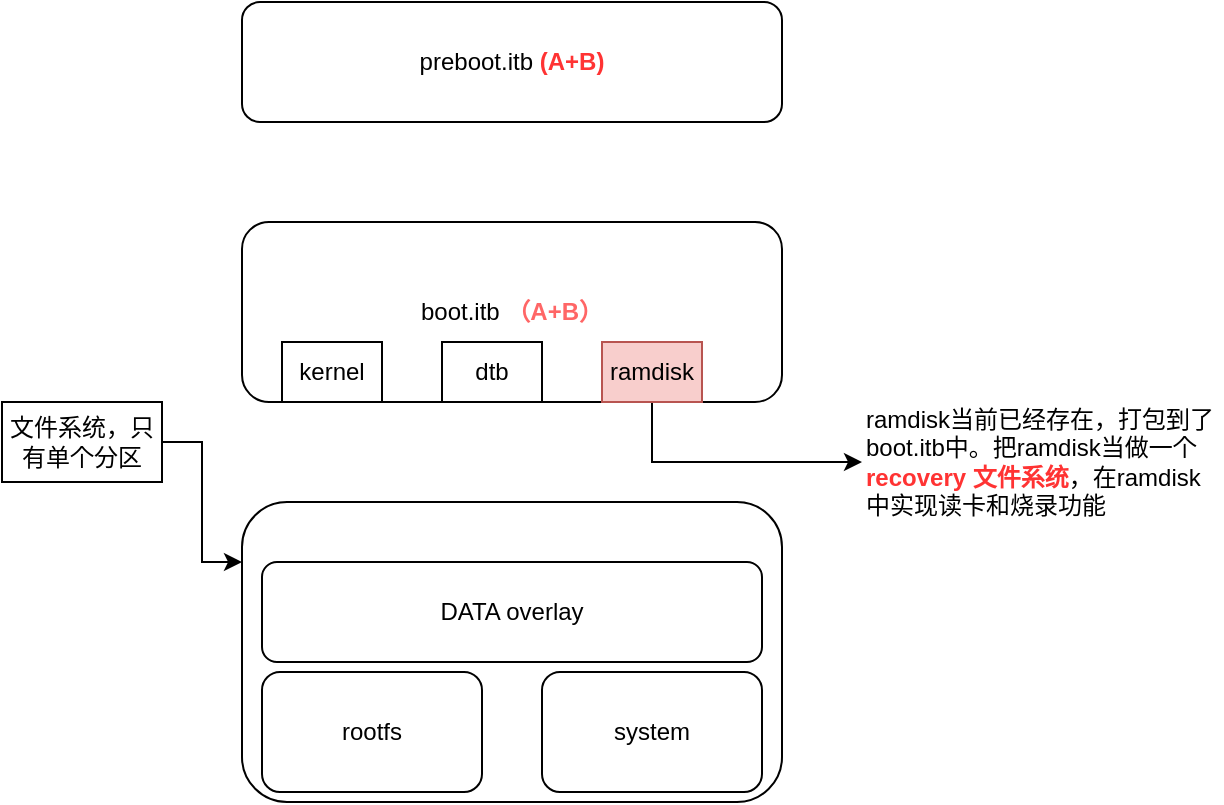
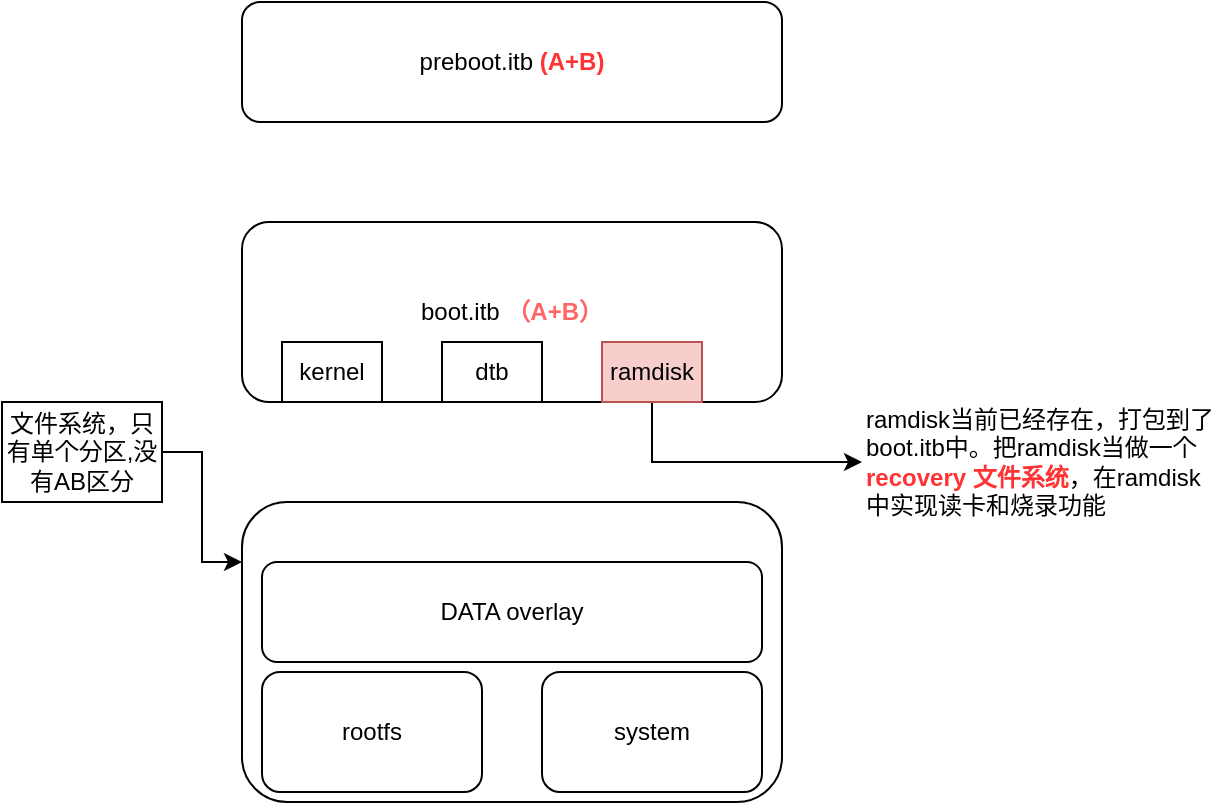
<mxfile host="app.diagrams.net">
  <diagram name="第 1 页" id="C846Kk9cPOJDyKqLHOR_">
    <mxGraphModel dx="1082" dy="561" grid="1" gridSize="10" guides="1" tooltips="1" connect="1" arrows="1" fold="1" page="1" pageScale="1" pageWidth="827" pageHeight="1169" math="0" shadow="0">
      <root>
        <mxCell id="0" />
        <mxCell id="1" parent="0" />
        <mxCell id="-nVsYNixdG5_AAYtpqJo-8" parent="1" style="rounded=1;whiteSpace=wrap;html=1;fillColor=none;" value="" vertex="1">
          <mxGeometry height="150" width="270" x="300" y="470" as="geometry" />
        </mxCell>
        <mxCell id="-nVsYNixdG5_AAYtpqJo-1" parent="1" style="rounded=1;whiteSpace=wrap;html=1;" value="preboot.itb&lt;b&gt; &lt;font style=&quot;color: rgb(255, 51, 51);&quot;&gt;(A+B)&lt;/font&gt;&lt;/b&gt;" vertex="1">
          <mxGeometry height="60" width="270" x="300" y="220" as="geometry" />
        </mxCell>
        <mxCell id="-nVsYNixdG5_AAYtpqJo-2" parent="1" style="rounded=1;whiteSpace=wrap;html=1;" value="boot.itb &lt;font style=&quot;color: rgb(255, 102, 102);&quot;&gt;&lt;b&gt;（A+B）&lt;/b&gt;&lt;/font&gt;" vertex="1">
          <mxGeometry height="90" width="270" x="300" y="330" as="geometry" />
        </mxCell>
        <mxCell id="-nVsYNixdG5_AAYtpqJo-3" parent="1" style="rounded=0;whiteSpace=wrap;html=1;" value="kernel" vertex="1">
          <mxGeometry height="30" width="50" x="320" y="390" as="geometry" />
        </mxCell>
        <mxCell id="-nVsYNixdG5_AAYtpqJo-4" parent="1" style="rounded=0;whiteSpace=wrap;html=1;" value="dtb" vertex="1">
          <mxGeometry height="30" width="50" x="400" y="390" as="geometry" />
        </mxCell>
        <mxCell id="-nVsYNixdG5_AAYtpqJo-12" edge="1" parent="1" source="-nVsYNixdG5_AAYtpqJo-5" style="edgeStyle=orthogonalEdgeStyle;rounded=0;orthogonalLoop=1;jettySize=auto;html=1;exitX=0.5;exitY=1;exitDx=0;exitDy=0;" target="-nVsYNixdG5_AAYtpqJo-11">
          <mxGeometry relative="1" as="geometry" />
        </mxCell>
        <mxCell id="-nVsYNixdG5_AAYtpqJo-5" parent="1" style="rounded=0;whiteSpace=wrap;html=1;fillColor=#f8cecc;strokeColor=#b85450;" value="ramdisk" vertex="1">
          <mxGeometry height="30" width="50" x="480" y="390" as="geometry" />
        </mxCell>
        <mxCell id="-nVsYNixdG5_AAYtpqJo-6" parent="1" style="rounded=1;whiteSpace=wrap;html=1;" value="rootfs" vertex="1">
          <mxGeometry height="60" width="110" x="310" y="555" as="geometry" />
        </mxCell>
        <mxCell id="-nVsYNixdG5_AAYtpqJo-7" parent="1" style="rounded=1;whiteSpace=wrap;html=1;" value="system" vertex="1">
          <mxGeometry height="60" width="110" x="450" y="555" as="geometry" />
        </mxCell>
        <mxCell id="-nVsYNixdG5_AAYtpqJo-9" parent="1" style="rounded=1;whiteSpace=wrap;html=1;" value="DATA overlay" vertex="1">
          <mxGeometry height="50" width="250" x="310" y="500" as="geometry" />
        </mxCell>
        <mxCell id="-nVsYNixdG5_AAYtpqJo-11" parent="1" style="text;html=1;whiteSpace=wrap;strokeColor=none;fillColor=none;align=left;verticalAlign=middle;rounded=0;" value="ramdisk当前已经存在，打包到了boot.itb中。把ramdisk当做一个&lt;font style=&quot;color: rgb(255, 51, 51);&quot;&gt;&lt;b&gt;recovery 文件系统&lt;/b&gt;&lt;/font&gt;，在ramdisk中实现读卡和烧录功能" vertex="1">
          <mxGeometry height="80" width="180" x="610" y="410" as="geometry" />
        </mxCell>
-         <mxCell id="-nVsYNixdG5_AAYtpqJo-13" parent="1" style="text;html=1;whiteSpace=wrap;align=center;verticalAlign=middle;rounded=0;strokeColor=default;" value="文件系统，只有单个分区" vertex="1">
-           <mxGeometry height="40" width="80" x="180" y="420" as="geometry" />
+         <mxCell id="-nVsYNixdG5_AAYtpqJo-13" parent="1" style="text;html=1;whiteSpace=wrap;align=center;verticalAlign=middle;rounded=0;strokeColor=default;" value="文件系统，只有单个分区,没有AB区分" vertex="1">
+           <mxGeometry height="50" width="80" x="180" y="420" as="geometry" />
        </mxCell>
        <mxCell id="-nVsYNixdG5_AAYtpqJo-14" edge="1" parent="1" source="-nVsYNixdG5_AAYtpqJo-13" style="edgeStyle=orthogonalEdgeStyle;rounded=0;orthogonalLoop=1;jettySize=auto;html=1;entryX=0;entryY=0.2;entryDx=0;entryDy=0;entryPerimeter=0;" target="-nVsYNixdG5_AAYtpqJo-8">
          <mxGeometry relative="1" as="geometry" />
        </mxCell>
      </root>
    </mxGraphModel>
  </diagram>
</mxfile>
